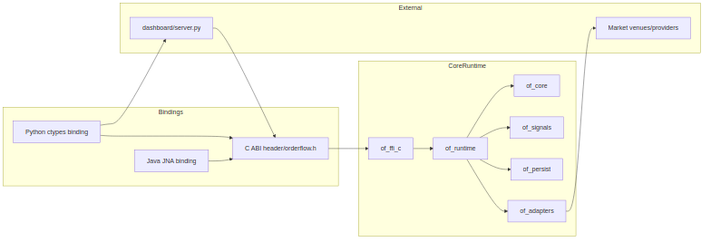
Earlier version of the Mermaid export docs/handbook/assets/diagrams/png/04-architecture-01.png (gregorian-09/orderflow). Its source is kept beside it as docs/handbook/assets/diagrams/src/04-architecture-01.mmd.
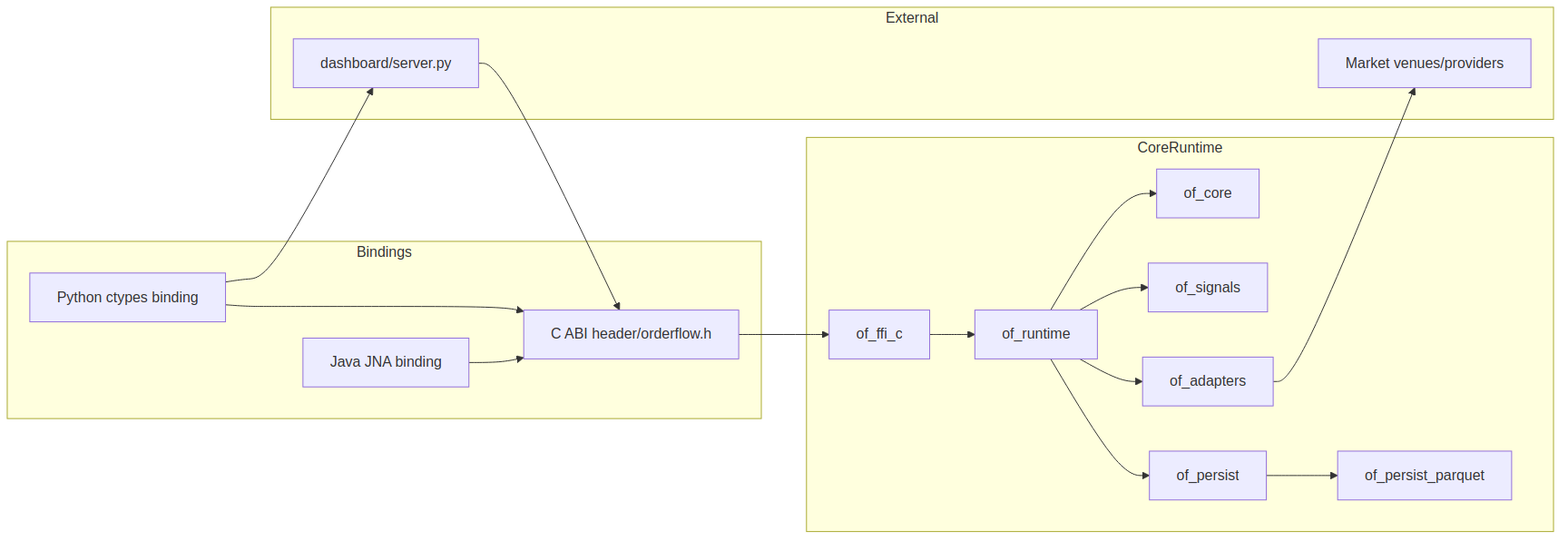
Later version of the same file.

What changed in the source:
```diff
@@ -11,6 +11,7 @@
     CORE[of_core]
     SIG[of_signals]
     PST[of_persist]
+    PQ[of_persist_parquet]
     ADP[of_adapters]
   end
 
@@ -26,6 +27,7 @@
   RT --> CORE
   RT --> SIG
   RT --> PST
+  PST --> PQ
   RT --> ADP
   ADP --> VENUE
   PY --> DASH
```
